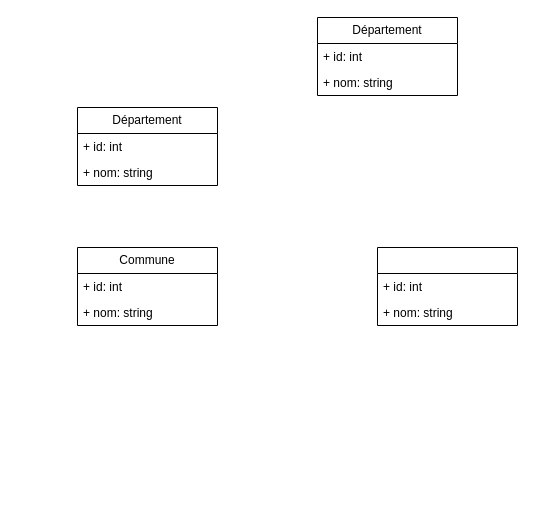
adoumasseo/UML-Modeling keeps this draw.io diagram as cultural_supervisors/cultural_supervisors.drawio. Above is the earlier version. Source tidied: cells renumbered, new cells numbered last; positions are measured from the earlier drawing's top-left corner, leaving out a move shared by most shapes. Both pictures are drawn from the tidied source at 100%, with x=0, y=0 at pixel (77, 17).
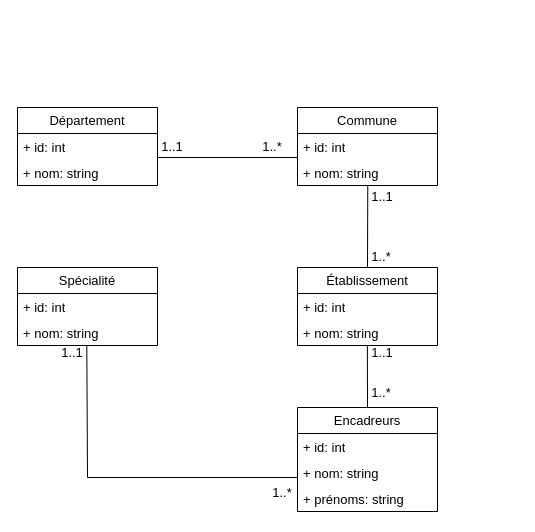
The same diagram, later.

Commit message (it also covers changes not shown here):
Mettre à jour cultural_supervisors.drawio

The edit, as a diff of the source:
```diff
@@
-    <mxCell id="2" value="Département" style="swimlane;fontStyle=0;horizontal=1;startSize=26;fillColor=none;whiteSpace=wrap;html=1;" parent="1" vertex="1">
-      <mxGeometry y="90" width="140" height="78" as="geometry" />
+    <mxCell id="2" value="Département" style="swimlane;fontStyle=0;horizontal=1;startSize=26;whiteSpace=wrap;html=1;fontSize=13;strokeWidth=1;" parent="1" vertex="1">
+      <mxGeometry x="-60" y="90" width="140" height="78" as="geometry" />
     </mxCell>
-    <mxCell id="3" value="+ id: int" style="text;strokeColor=none;fillColor=none;align=left;verticalAlign=top;spacingLeft=4;spacingRight=4;overflow=hidden;points=[[0,0.5],[1,0.5]];portConstraint=eastwest;whiteSpace=wrap;html=1;" parent="2" vertex="1">
+    <mxCell id="3" value="+ id: int" style="text;align=left;verticalAlign=top;spacingLeft=4;spacingRight=4;overflow=hidden;points=[[0,0.5],[1,0.5]];portConstraint=eastwest;whiteSpace=wrap;html=1;fontSize=13;strokeWidth=1;" parent="2" vertex="1">
       <mxGeometry y="26" width="140" height="26" as="geometry" />
     </mxCell>
-    <mxCell id="4" value="+ nom: string" style="text;strokeColor=none;fillColor=none;align=left;verticalAlign=top;spacingLeft=4;spacingRight=4;overflow=hidden;whiteSpace=wrap;html=1;" parent="2" vertex="1">
+    <mxCell id="4" value="+ nom: string" style="text;align=left;verticalAlign=top;spacingLeft=4;spacingRight=4;overflow=hidden;whiteSpace=wrap;html=1;fontSize=13;strokeWidth=1;" parent="2" vertex="1">
       <mxGeometry y="52" width="140" height="26" as="geometry" />
     </mxCell>
-    <mxCell id="5" value="Département" style="swimlane;fontStyle=0;horizontal=1;startSize=26;fillColor=none;whiteSpace=wrap;html=1;" parent="1" vertex="1">
-      <mxGeometry x="240" width="140" height="78" as="geometry" />
+    <mxCell id="5" value="Encadreurs" style="swimlane;fontStyle=0;horizontal=1;startSize=26;whiteSpace=wrap;html=1;fontSize=13;strokeWidth=1;" parent="1" vertex="1">
+      <mxGeometry x="220" y="390" width="140" height="104" as="geometry" />
     </mxCell>
-    <mxCell id="6" value="+ id: int" style="text;strokeColor=none;fillColor=none;align=left;verticalAlign=top;spacingLeft=4;spacingRight=4;overflow=hidden;whiteSpace=wrap;html=1;" parent="5" vertex="1">
+    <mxCell id="6" value="+ id: int" style="text;align=left;verticalAlign=top;spacingLeft=4;spacingRight=4;overflow=hidden;whiteSpace=wrap;html=1;fontSize=13;strokeWidth=1;" parent="5" vertex="1">
       <mxGeometry y="26" width="140" height="26" as="geometry" />
     </mxCell>
-    <mxCell id="7" value="+ nom: string" style="text;strokeColor=none;fillColor=none;align=left;verticalAlign=top;spacingLeft=4;spacingRight=4;overflow=hidden;whiteSpace=wrap;html=1;" parent="5" vertex="1">
+    <mxCell id="7" value="+ nom: string" style="text;align=left;verticalAlign=top;spacingLeft=4;spacingRight=4;overflow=hidden;whiteSpace=wrap;html=1;fontSize=13;strokeWidth=1;" parent="5" vertex="1">
       <mxGeometry y="52" width="140" height="26" as="geometry" />
     </mxCell>
+    <mxCell id="14" value="+ prénoms: string" style="text;align=left;verticalAlign=top;spacingLeft=4;spacingRight=4;overflow=hidden;whiteSpace=wrap;html=1;fontSize=13;strokeWidth=1;" parent="5" vertex="1">
+      <mxGeometry y="78" width="140" height="26" as="geometry" />
+    </mxCell>
-    <mxCell id="8" value="Commune" style="swimlane;fontStyle=0;horizontal=1;startSize=26;fillColor=none;whiteSpace=wrap;html=1;" parent="1" vertex="1">
-      <mxGeometry y="230" width="140" height="78" as="geometry" />
+    <mxCell id="8" value="Commune" style="swimlane;fontStyle=0;horizontal=1;startSize=26;whiteSpace=wrap;html=1;fontSize=13;strokeWidth=1;" parent="1" vertex="1">
+      <mxGeometry x="220" y="90" width="140" height="78" as="geometry" />
     </mxCell>
-    <mxCell id="9" value="+ id: int" style="text;strokeColor=none;fillColor=none;align=left;verticalAlign=top;spacingLeft=4;spacingRight=4;overflow=hidden;points=[[0,0.5],[1,0.5]];portConstraint=eastwest;whiteSpace=wrap;html=1;" parent="8" vertex="1">
+    <mxCell id="9" value="+ id: int" style="text;align=left;verticalAlign=top;spacingLeft=4;spacingRight=4;overflow=hidden;points=[[0,0.5],[1,0.5]];portConstraint=eastwest;whiteSpace=wrap;html=1;fontSize=13;strokeWidth=1;" parent="8" vertex="1">
       <mxGeometry y="26" width="140" height="26" as="geometry" />
     </mxCell>
-    <mxCell id="10" value="+ nom: string" style="text;strokeColor=none;fillColor=none;align=left;verticalAlign=top;spacingLeft=4;spacingRight=4;overflow=hidden;points=[[0,0.5],[1,0.5]];portConstraint=eastwest;whiteSpace=wrap;html=1;" parent="8" vertex="1">
+    <mxCell id="10" value="+ nom: string" style="text;align=left;verticalAlign=top;spacingLeft=4;spacingRight=4;overflow=hidden;points=[[0,0.5],[1,0.5]];portConstraint=eastwest;whiteSpace=wrap;html=1;fontSize=13;strokeWidth=1;" parent="8" vertex="1">
       <mxGeometry y="52" width="140" height="26" as="geometry" />
     </mxCell>
-    <mxCell id="11" style="swimlane;fontStyle=0;horizontal=1;startSize=26;fillColor=none;whiteSpace=wrap;html=1;" parent="1" vertex="1">
-      <mxGeometry x="300" y="230" width="140" height="78" as="geometry" />
+    <mxCell id="11" value="Établissement" style="swimlane;fontStyle=0;horizontal=1;startSize=26;whiteSpace=wrap;html=1;fontSize=13;strokeWidth=1;" parent="1" vertex="1">
+      <mxGeometry x="220" y="250" width="140" height="78" as="geometry" />
     </mxCell>
-    <mxCell id="12" value="+ id: int" style="text;strokeColor=none;fillColor=none;align=left;verticalAlign=top;spacingLeft=4;spacingRight=4;overflow=hidden;whiteSpace=wrap;html=1;" parent="11" vertex="1">
+    <mxCell id="12" value="+ id: int" style="text;align=left;verticalAlign=top;spacingLeft=4;spacingRight=4;overflow=hidden;whiteSpace=wrap;html=1;fontSize=13;strokeWidth=1;" parent="11" vertex="1">
       <mxGeometry y="26" width="140" height="26" as="geometry" />
     </mxCell>
-    <mxCell id="13" value="+ nom: string" style="text;strokeColor=none;fillColor=none;align=left;verticalAlign=top;spacingLeft=4;spacingRight=4;overflow=hidden;points=[[0,0.5],[1,0.5]];portConstraint=eastwest;whiteSpace=wrap;html=1;" parent="11" vertex="1">
+    <mxCell id="13" value="+ nom: string" style="text;align=left;verticalAlign=top;spacingLeft=4;spacingRight=4;overflow=hidden;points=[[0,0.5],[1,0.5]];portConstraint=eastwest;whiteSpace=wrap;html=1;fontSize=13;strokeWidth=1;" parent="11" vertex="1">
       <mxGeometry y="52" width="140" height="26" as="geometry" />
     </mxCell>
+    <mxCell id="15" value="Spécialité" style="swimlane;fontStyle=0;horizontal=1;startSize=26;whiteSpace=wrap;html=1;fontSize=13;strokeWidth=1;" parent="1" vertex="1">
+      <mxGeometry x="-60" y="250" width="140" height="78" as="geometry" />
+    </mxCell>
+    <mxCell id="16" value="+ id: int" style="text;align=left;verticalAlign=top;spacingLeft=4;spacingRight=4;overflow=hidden;whiteSpace=wrap;html=1;fontSize=13;strokeWidth=1;" parent="15" vertex="1">
+      <mxGeometry y="26" width="140" height="26" as="geometry" />
+    </mxCell>
+    <mxCell id="17" value="+ nom: string" style="text;align=left;verticalAlign=top;spacingLeft=4;spacingRight=4;overflow=hidden;points=[[0,0.5],[1,0.5]];portConstraint=eastwest;whiteSpace=wrap;html=1;fontSize=13;strokeWidth=1;" parent="15" vertex="1">
+      <mxGeometry y="52" width="140" height="26" as="geometry" />
+    </mxCell>
+    <mxCell id="18" style="endArrow=none;html=1;rounded=0;entryX=0;entryY=0.923;entryDx=0;entryDy=0;entryPerimeter=0;exitX=1;exitY=0.923;exitDx=0;exitDy=0;exitPerimeter=0;fontSize=13;strokeWidth=1;" parent="1" edge="1" source="3" target="9">
+      <mxGeometry relative="1" as="geometry" />
+    </mxCell>
+    <mxCell id="19" value="1..1" style="text;html=1;align=center;verticalAlign=middle;whiteSpace=wrap;rounded=0;fontSize=13;strokeWidth=1;" parent="1" vertex="1">
+      <mxGeometry x="80" y="124" width="30" height="10" as="geometry" />
+    </mxCell>
+    <mxCell id="20" value="1..*" style="text;html=1;align=center;verticalAlign=middle;whiteSpace=wrap;rounded=0;fontSize=13;strokeWidth=1;" parent="1" vertex="1">
+      <mxGeometry x="180" y="124" width="30" height="10" as="geometry" />
+    </mxCell>
+    <mxCell id="21" style="endArrow=none;html=1;rounded=0;exitX=0.5;exitY=0;exitDx=0;exitDy=0;entryX=0.502;entryY=1.01;entryDx=0;entryDy=0;entryPerimeter=0;fontSize=13;strokeWidth=1;" parent="1" edge="1" source="11" target="10">
+      <mxGeometry relative="1" as="geometry" />
+    </mxCell>
+    <mxCell id="22" value="1..1" style="text;html=1;align=center;verticalAlign=middle;whiteSpace=wrap;rounded=0;fontSize=13;strokeWidth=1;" parent="1" vertex="1">
+      <mxGeometry x="290" y="174" width="30" height="10" as="geometry" />
+    </mxCell>
+    <mxCell id="23" value="1..*" style="text;html=1;align=center;verticalAlign=middle;whiteSpace=wrap;rounded=0;fontSize=13;strokeWidth=1;" parent="1" vertex="1">
+      <mxGeometry x="289" y="234" width="30" height="10" as="geometry" />
+    </mxCell>
+    <mxCell id="24" style="endArrow=none;html=1;rounded=0;exitX=0.5;exitY=0;exitDx=0;exitDy=0;entryX=0.499;entryY=1.024;entryDx=0;entryDy=0;entryPerimeter=0;fontSize=13;strokeWidth=1;" parent="1" edge="1" source="5" target="13">
+      <mxGeometry relative="1" as="geometry" />
+    </mxCell>
+    <mxCell id="25" value="1..1" style="text;html=1;align=center;verticalAlign=middle;whiteSpace=wrap;rounded=0;fontSize=13;strokeWidth=1;" parent="1" vertex="1">
+      <mxGeometry x="290" y="330" width="30" height="10" as="geometry" />
+    </mxCell>
+    <mxCell id="26" value="1..*" style="text;html=1;align=center;verticalAlign=middle;whiteSpace=wrap;rounded=0;fontSize=13;strokeWidth=1;" parent="1" vertex="1">
+      <mxGeometry x="289" y="370" width="30" height="10" as="geometry" />
+    </mxCell>
+    <mxCell id="27" style="endArrow=none;html=1;rounded=0;entryX=0.495;entryY=0.992;entryDx=0;entryDy=0;entryPerimeter=0;fontSize=13;strokeWidth=1;" parent="1" edge="1" target="17">
+      <mxGeometry relative="1" as="geometry">
+        <mxPoint x="220" y="460" as="sourcePoint" />
+        <Array as="points">
+          <mxPoint x="10" y="460" />
+        </Array>
+      </mxGeometry>
+    </mxCell>
+    <mxCell id="28" value="1..1" style="text;html=1;align=center;verticalAlign=middle;whiteSpace=wrap;rounded=0;fontSize=13;strokeWidth=1;" parent="1" vertex="1">
+      <mxGeometry x="-20" y="330" width="30" height="10" as="geometry" />
+    </mxCell>
+    <mxCell id="29" value="1..*" style="text;html=1;align=center;verticalAlign=middle;whiteSpace=wrap;rounded=0;fontSize=13;strokeWidth=1;" parent="1" vertex="1">
+      <mxGeometry x="190" y="470" width="30" height="10" as="geometry" />
+    </mxCell>
```
